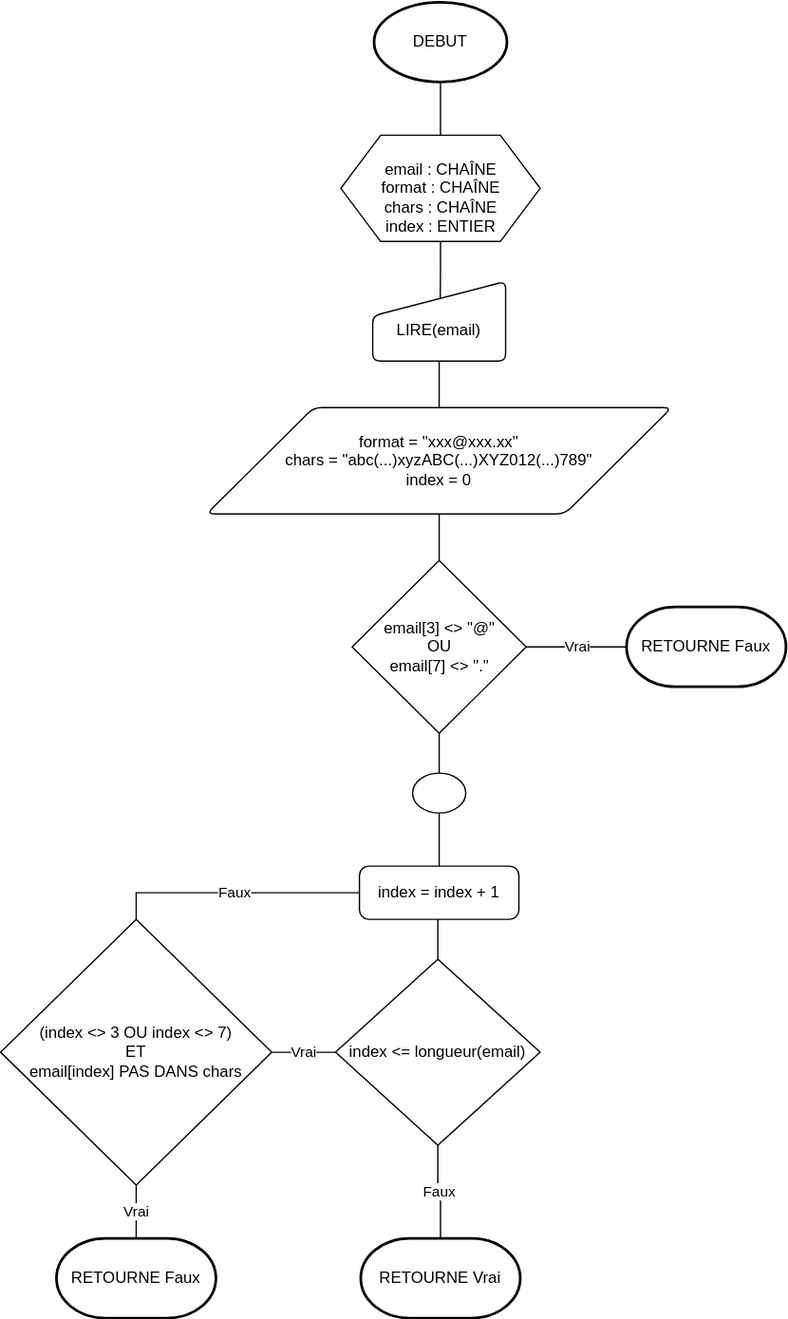
The draw.io diagram 0869/user_project/diagrams/check_email.drawio.svg in katseyres/esa, before a commit. Source tidied: cells renumbered, new cells last; positions are measured from the earlier drawing's top-left corner, leaving out a move shared by most shapes.
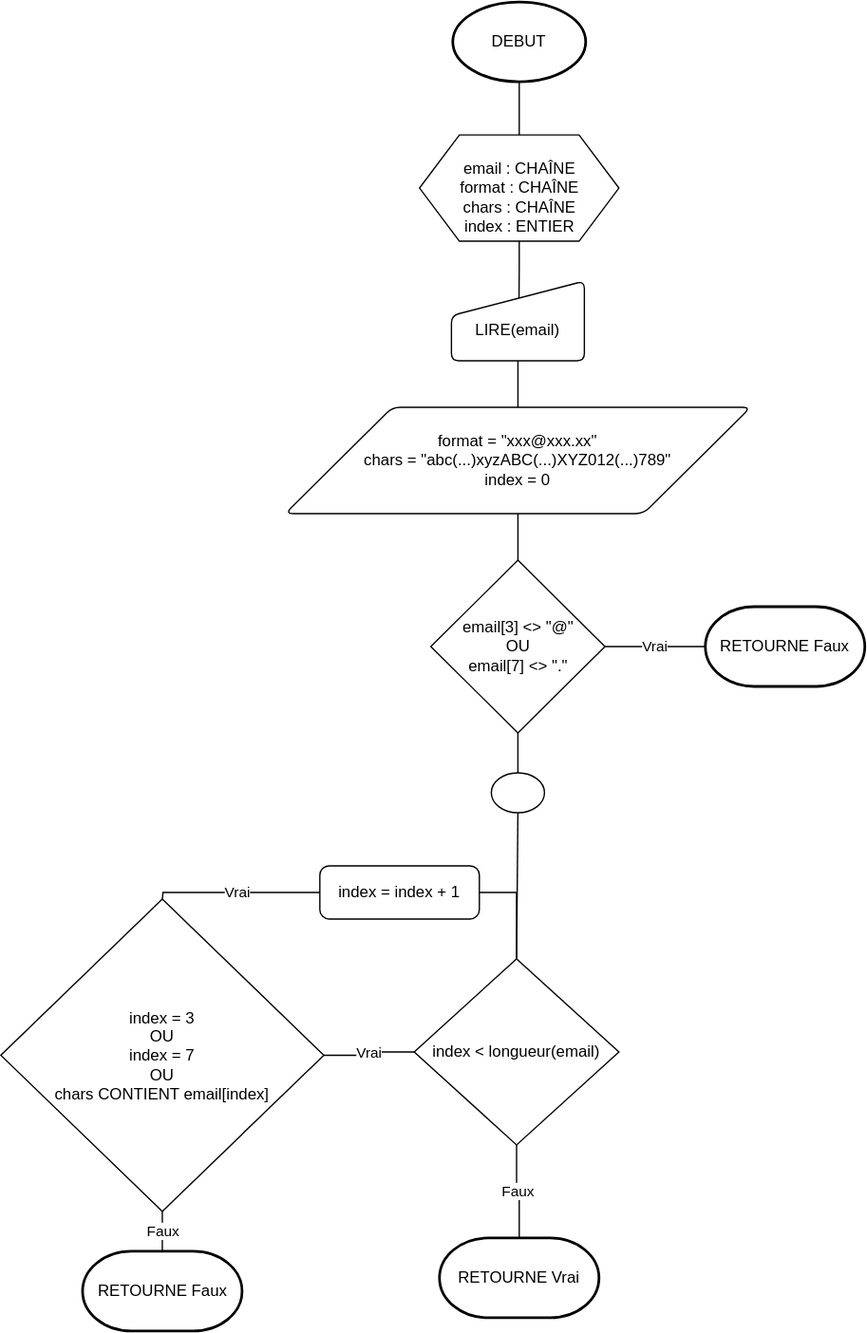
The same file after the commit.

Commit message:
Update check email algo and diagram.

Diff of the diagram source:
```diff
@@ -38,38 +38,46 @@
     <mxCell id="13" value="RETOURNE Faux" style="strokeWidth=2;html=1;shape=mxgraph.flowchart.terminator;whiteSpace=wrap;" parent="1" vertex="1">
       <mxGeometry x="471" y="455" width="120" height="60" as="geometry" />
     </mxCell>
-    <mxCell id="14" style="edgeStyle=orthogonalEdgeStyle;rounded=0;jettySize=auto;html=1;endArrow=none;endFill=0;" parent="1" edge="1" source="15" target="19">
-      <mxGeometry relative="1" as="geometry" />
-    </mxCell>
+    <mxCell id="26" style="edgeStyle=none;html=1;exitX=0.5;exitY=1;exitDx=0;exitDy=0;exitPerimeter=0;entryX=0.5;entryY=0;entryDx=0;entryDy=0;entryPerimeter=0;endArrow=none;endFill=0;" parent="1" edge="1" source="15" target="17">
+      <mxGeometry relative="1" as="geometry" />
+    </mxCell>
     <mxCell id="15" style="verticalLabelPosition=bottom;verticalAlign=top;html=1;shape=mxgraph.flowchart.on-page_reference;" parent="1" vertex="1">
       <mxGeometry x="310" y="580" width="40" height="30" as="geometry" />
     </mxCell>
     <mxCell id="16" value="Faux" style="edgeStyle=orthogonalEdgeStyle;rounded=0;jettySize=auto;html=1;exitX=0.5;exitY=1;exitDx=0;exitDy=0;exitPerimeter=0;entryX=0.5;entryY=0;entryDx=0;entryDy=0;entryPerimeter=0;endArrow=none;endFill=0;" parent="1" edge="1" source="17" target="25">
       <mxGeometry relative="1" as="geometry" />
     </mxCell>
-    <mxCell id="17" value="index &amp;lt;= longueur(email)" style="strokeWidth=1;html=1;shape=mxgraph.flowchart.decision;whiteSpace=wrap;" parent="1" vertex="1">
+    <mxCell id="17" value="index &amp;lt; longueur(email)" style="strokeWidth=1;html=1;shape=mxgraph.flowchart.decision;whiteSpace=wrap;" parent="1" vertex="1">
       <mxGeometry x="252" y="720" width="154" height="140" as="geometry" />
     </mxCell>
-    <mxCell id="18" style="edgeStyle=orthogonalEdgeStyle;rounded=0;jettySize=auto;html=1;exitX=0.5;exitY=1;exitDx=0;exitDy=0;entryX=0.5;entryY=0;entryDx=0;entryDy=0;entryPerimeter=0;endArrow=none;endFill=0;" parent="1" edge="1" source="19" target="17">
-      <mxGeometry relative="1" as="geometry" />
+    <mxCell id="18" style="edgeStyle=none;html=1;exitX=1;exitY=0.5;exitDx=0;exitDy=0;entryX=0.5;entryY=0;entryDx=0;entryDy=0;entryPerimeter=0;endArrow=none;endFill=0;rounded=0;" parent="1" edge="1" source="19" target="17">
+      <mxGeometry relative="1" as="geometry">
+        <Array as="points">
+          <mxPoint x="329" y="670" />
+        </Array>
+      </mxGeometry>
     </mxCell>
     <mxCell id="19" value="index = index + 1" style="rounded=1;whiteSpace=wrap;html=1;absoluteArcSize=1;arcSize=14;strokeWidth=1;" parent="1" vertex="1">
-      <mxGeometry x="270" y="650" width="120" height="40" as="geometry" />
+      <mxGeometry x="181" y="650" width="120" height="40" as="geometry" />
     </mxCell>
+    <mxCell id="21" value="Vrai" style="edgeStyle=orthogonalEdgeStyle;rounded=0;jettySize=auto;html=1;exitX=1;exitY=0.5;exitDx=0;exitDy=0;exitPerimeter=0;entryX=0;entryY=0.5;entryDx=0;entryDy=0;entryPerimeter=0;endArrow=none;endFill=0;" parent="1" edge="1" source="23" target="17">
+      <mxGeometry relative="1" as="geometry" />
+    </mxCell>
-    <mxCell id="20" value="Faux" style="edgeStyle=orthogonalEdgeStyle;rounded=0;jettySize=auto;html=1;exitX=0.5;exitY=0;exitDx=0;exitDy=0;exitPerimeter=0;entryX=0;entryY=0.5;entryDx=0;entryDy=0;endArrow=none;endFill=0;" parent="1" edge="1" source="23" target="19">
+    <mxCell id="20" value="Faux" style="edgeStyle=none;rounded=0;html=1;exitX=0.5;exitY=1;exitDx=0;exitDy=0;exitPerimeter=0;entryX=0.5;entryY=0;entryDx=0;entryDy=0;entryPerimeter=0;endArrow=none;endFill=0;" parent="1" edge="1" source="23" target="24">
       <mxGeometry relative="1" as="geometry" />
     </mxCell>
-    <mxCell id="21" value="Vrai" style="edgeStyle=orthogonalEdgeStyle;rounded=0;jettySize=auto;html=1;exitX=1;exitY=0.5;exitDx=0;exitDy=0;exitPerimeter=0;entryX=0;entryY=0.5;entryDx=0;entryDy=0;entryPerimeter=0;endArrow=none;endFill=0;" parent="1" edge="1" source="23" target="17">
-      <mxGeometry relative="1" as="geometry" />
-    </mxCell>
-    <mxCell id="22" value="Vrai" style="edgeStyle=orthogonalEdgeStyle;rounded=0;jettySize=auto;html=1;exitX=0.5;exitY=1;exitDx=0;exitDy=0;exitPerimeter=0;entryX=0.5;entryY=0;entryDx=0;entryDy=0;entryPerimeter=0;endArrow=none;endFill=0;" parent="1" edge="1" source="23" target="24">
-      <mxGeometry relative="1" as="geometry" />
+    <mxCell id="22" value="Vrai" style="edgeStyle=none;rounded=0;html=1;exitX=0.5;exitY=0;exitDx=0;exitDy=0;exitPerimeter=0;entryX=0;entryY=0.5;entryDx=0;entryDy=0;endArrow=none;endFill=0;" parent="1" edge="1" source="23" target="19">
+      <mxGeometry relative="1" as="geometry">
+        <Array as="points">
+          <mxPoint x="63" y="670" />
+        </Array>
+      </mxGeometry>
     </mxCell>
-    <mxCell id="23" value="(index &amp;lt;&amp;gt; 3 OU index &amp;lt;&amp;gt; 7)&lt;br&gt;ET&lt;br&gt;email[index] PAS DANS chars" style="strokeWidth=1;html=1;shape=mxgraph.flowchart.decision;whiteSpace=wrap;" parent="1" vertex="1">
-      <mxGeometry y="690" width="204" height="200" as="geometry" />
+    <mxCell id="23" value="index = 3 &lt;br&gt;OU&lt;br&gt;&amp;nbsp;index = 7&lt;br&gt;OU&lt;br&gt;chars CONTIENT email[index]" style="strokeWidth=1;html=1;shape=mxgraph.flowchart.decision;whiteSpace=wrap;" parent="1" vertex="1">
+      <mxGeometry x="-59" y="675" width="243" height="235" as="geometry" />
     </mxCell>
     <mxCell id="24" value="RETOURNE Faux" style="strokeWidth=2;html=1;shape=mxgraph.flowchart.terminator;whiteSpace=wrap;" parent="1" vertex="1">
-      <mxGeometry x="42" y="930" width="120" height="60" as="geometry" />
+      <mxGeometry x="2.5" y="940" width="120" height="60" as="geometry" />
     </mxCell>
     <mxCell id="25" value="RETOURNE Vrai" style="strokeWidth=2;html=1;shape=mxgraph.flowchart.terminator;whiteSpace=wrap;" parent="1" vertex="1">
       <mxGeometry x="271" y="930" width="120" height="60" as="geometry" />
```
